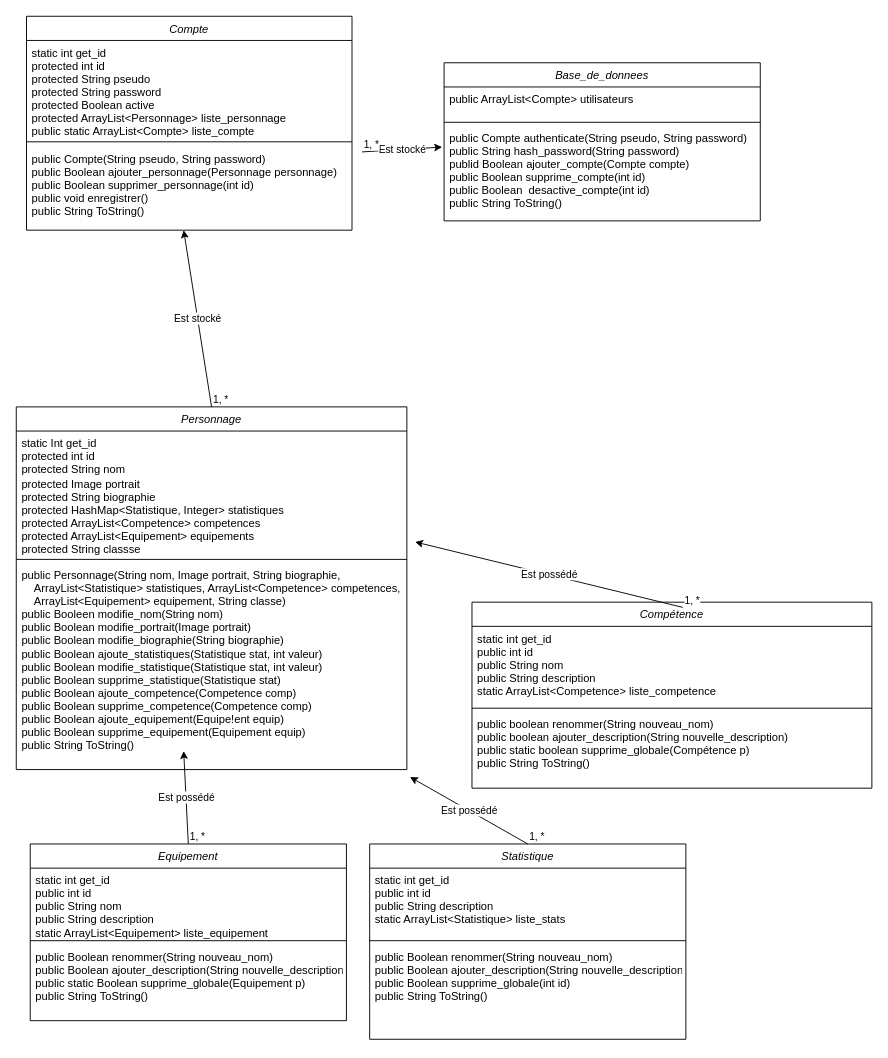
This is compte_rendu/séance 4/UML.drawio from Clement-soulier/L3-Fiche_personnage, a draw.io file, before an edit. Source tidied: cells renumbered, new cells numbered last; positions are measured from the earlier drawing's top-left corner, leaving out a move shared by most shapes. Both pictures are drawn from the tidied source at 93%, with x=0, y=0 at pixel (16, 16).
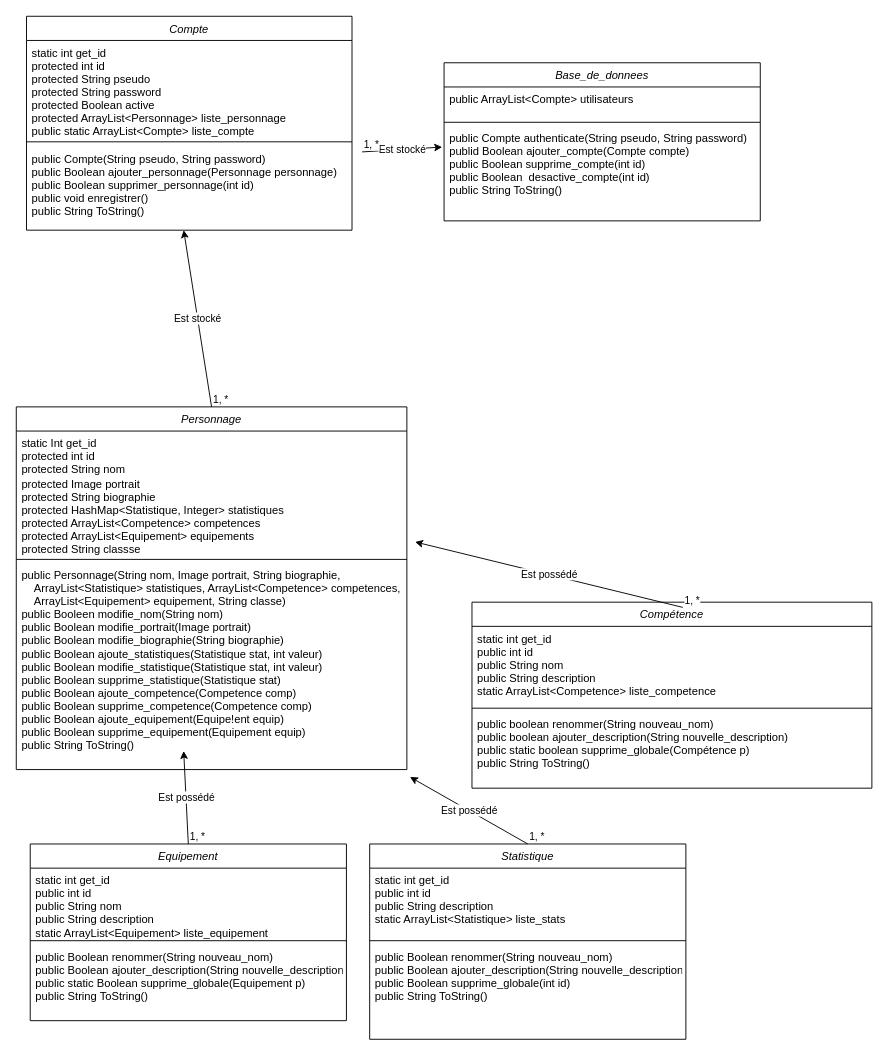
The same page after the edit.

Commit message (it also covers changes not shown here):
Base_de_donnees

Unchanged cells that the change refers to:
```xml
<mxCell id="6" value="Base_de_donnees" style="swimlane;fontStyle=2;align=center;verticalAlign=top;horizontal=1;startSize=26;rounded=0;shadow=0;strokeWidth=1;" parent="1" vertex="1">
  <mxGeometry x="460" y="50" width="340" height="170" as="geometry" />
</mxCell>
```

The edit, as a diff of the source:
```diff
@@
-    <mxCell id="9" value="public Compte authenticate(String pseudo, String password)&#10;public String hash_password(String password)&#10;publid Boolean ajouter_compte(Compte compte)&#10;public Boolean supprime_compte(int id)&#10;public Boolean  desactive_compte(int id)&#10;public String ToString()" style="text;align=left;verticalAlign=top;spacingLeft=4;spacingRight=4;overflow=hidden;points=[[0,0.5],[1,0.5]];portConstraint=eastwest;" parent="6" vertex="1">
+    <mxCell id="9" value="public Compte authenticate(String pseudo, String password)&#10;publid Boolean ajouter_compte(Compte compte)&#10;public Boolean supprime_compte(int id)&#10;public Boolean  desactive_compte(int id)&#10;public String ToString()" style="text;align=left;verticalAlign=top;spacingLeft=4;spacingRight=4;overflow=hidden;points=[[0,0.5],[1,0.5]];portConstraint=eastwest;" parent="6" vertex="1">
       <mxGeometry y="68" width="340" height="102" as="geometry" />
     </mxCell>
```
